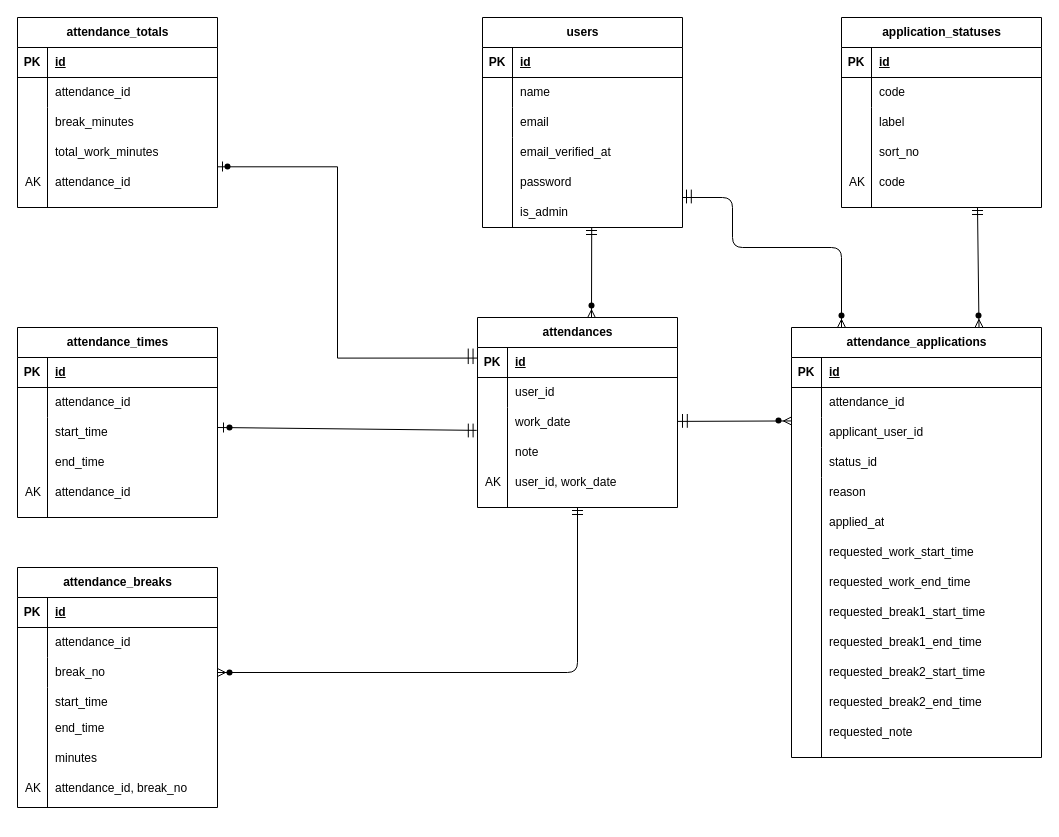
Above: src/index.drawio in simanuki0923/attendance_system (draw.io), before the change. Source tidied: cells renumbered, new cells numbered last; positions are measured from the earlier drawing's top-left corner, leaving out a move shared by most shapes. Both pictures are drawn from the tidied source at 100%, with x=0, y=0 at pixel (17, 17).
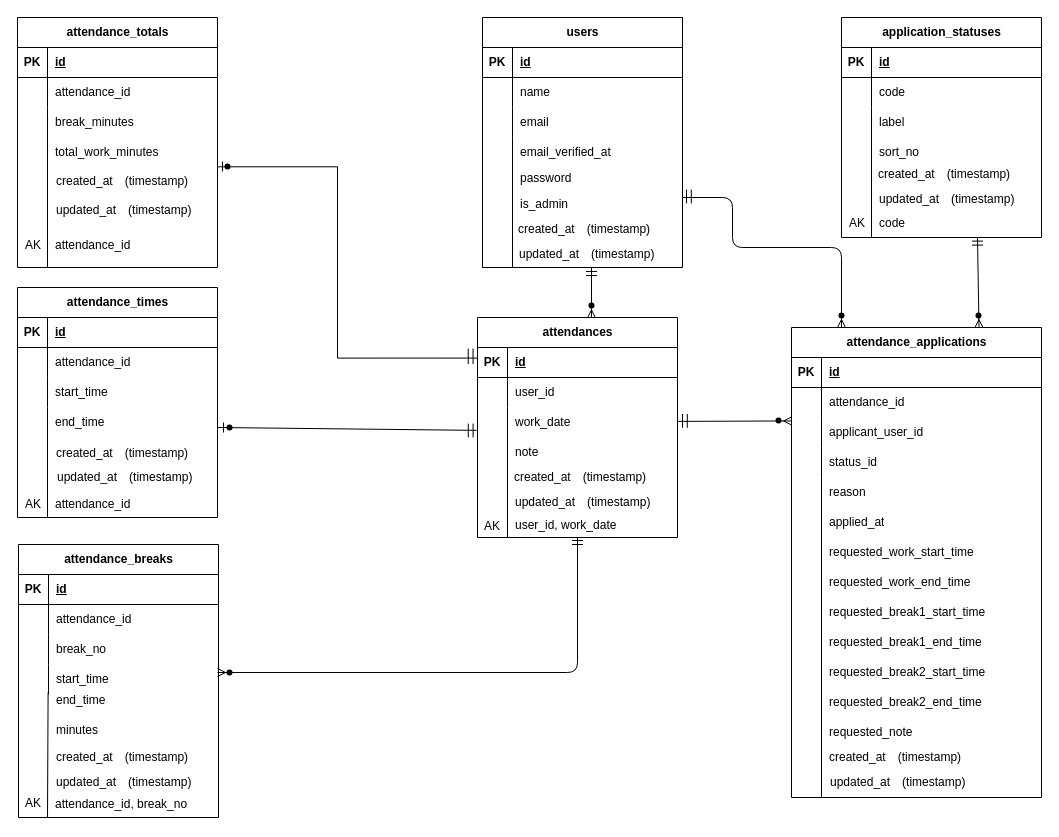
After the change.

Commit message:
2025/12/28 ER図テーブル内容（created_at、updated_at）追加記載

Change to the diagram source:
```diff
@@
     <mxCell id="2" value="users" style="shape=table;startSize=30;childLayout=tableLayout;rowLines=0;fontStyle=1;align=center;html=1;" parent="1" vertex="1">
-      <mxGeometry x="465" width="200" height="210" as="geometry" />
+      <mxGeometry x="465" width="200" height="250" as="geometry" />
     </mxCell>
@@
     <mxCell id="15" value="password" style="shape=partialRectangle;fillColor=none;top=0;left=0;bottom=0;right=0;align=left;spacingLeft=6;overflow=hidden;whiteSpace=wrap;html=1;" parent="1" vertex="1">
-      <mxGeometry x="495" y="150" width="170" height="30" as="geometry" />
+      <mxGeometry x="495" y="146" width="170" height="30" as="geometry" />
     </mxCell>
     <mxCell id="16" value="is_admin" style="shape=partialRectangle;fillColor=none;top=0;left=0;bottom=0;right=0;align=left;spacingLeft=6;overflow=hidden;whiteSpace=wrap;html=1;" parent="1" vertex="1">
-      <mxGeometry x="495" y="180" width="170" height="30" as="geometry" />
+      <mxGeometry x="495" y="172" width="170" height="30" as="geometry" />
     </mxCell>
     <mxCell id="17" value="attendance_times" style="shape=table;startSize=30;childLayout=tableLayout;rowLines=0;fontStyle=1;align=center;html=1;" parent="1" vertex="1">
-      <mxGeometry y="310" width="200" height="190" as="geometry" />
+      <mxGeometry y="270" width="200" height="230" as="geometry" />
     </mxCell>
@@
     <mxCell id="30" value="user_id, work_date" style="shape=partialRectangle;fillColor=none;top=0;left=0;bottom=0;right=0;align=left;spacingLeft=6;overflow=hidden;whiteSpace=wrap;html=1;" parent="1" vertex="1">
-      <mxGeometry x="490" y="450" width="170" height="30" as="geometry" />
+      <mxGeometry x="490" y="493" width="170" height="30" as="geometry" />
     </mxCell>
     <mxCell id="31" value="AK" style="shape=partialRectangle;fillColor=none;top=0;left=0;bottom=0;right=0;align=left;spacingLeft=6;overflow=hidden;whiteSpace=wrap;html=1;" parent="1" vertex="1">
-      <mxGeometry x="460" y="450" width="30" height="30" as="geometry" />
+      <mxGeometry x="459" y="494" width="30" height="30" as="geometry" />
     </mxCell>
     <mxCell id="32" value="attendances" style="shape=table;startSize=30;childLayout=tableLayout;rowLines=0;fontStyle=1;align=center;html=1;" parent="1" vertex="1">
-      <mxGeometry x="460" y="300" width="200" height="190" as="geometry" />
+      <mxGeometry x="460" y="300" width="200" height="220" as="geometry" />
     </mxCell>
@@
     <mxCell id="45" value="attendance_id" style="shape=partialRectangle;fillColor=none;top=0;left=0;bottom=0;right=0;align=left;spacingLeft=6;overflow=hidden;whiteSpace=wrap;html=1;" parent="1" vertex="1">
-      <mxGeometry x="30" y="460" width="170" height="30" as="geometry" />
+      <mxGeometry x="30" y="472" width="170" height="30" as="geometry" />
     </mxCell>
     <mxCell id="46" value="AK" style="shape=partialRectangle;fillColor=none;top=0;left=0;bottom=0;right=0;align=left;spacingLeft=6;overflow=hidden;whiteSpace=wrap;html=1;" parent="1" vertex="1">
-      <mxGeometry y="460" width="30" height="30" as="geometry" />
+      <mxGeometry y="472" width="30" height="30" as="geometry" />
     </mxCell>
     <mxCell id="47" value="attendance_totals" style="shape=table;startSize=30;childLayout=tableLayout;rowLines=0;fontStyle=1;align=center;html=1;" parent="1" vertex="1">
-      <mxGeometry width="200" height="190" as="geometry" />
+      <mxGeometry width="200" height="250" as="geometry" />
     </mxCell>
@@
     <mxCell id="60" value="AK" style="shape=partialRectangle;fillColor=none;top=0;left=0;bottom=0;right=0;align=left;spacingLeft=6;overflow=hidden;whiteSpace=wrap;html=1;" parent="1" vertex="1">
-      <mxGeometry y="150" width="30" height="30" as="geometry" />
+      <mxGeometry y="213" width="30" height="30" as="geometry" />
     </mxCell>
     <mxCell id="61" value="attendance_id" style="shape=partialRectangle;fillColor=none;top=0;left=0;bottom=0;right=0;align=left;spacingLeft=6;overflow=hidden;whiteSpace=wrap;html=1;" parent="1" vertex="1">
-      <mxGeometry x="30" y="150" width="170" height="30" as="geometry" />
+      <mxGeometry x="30" y="213" width="170" height="30" as="geometry" />
     </mxCell>
     <mxCell id="62" value="application_statuses" style="shape=table;startSize=30;childLayout=tableLayout;rowLines=0;fontStyle=1;align=center;html=1;" parent="1" vertex="1">
-      <mxGeometry x="824" width="200" height="190" as="geometry" />
+      <mxGeometry x="824" width="200" height="220" as="geometry" />
     </mxCell>
@@
     <mxCell id="75" value="AK" style="shape=partialRectangle;fillColor=none;top=0;left=0;bottom=0;right=0;align=left;spacingLeft=6;overflow=hidden;whiteSpace=wrap;html=1;" parent="1" vertex="1">
-      <mxGeometry x="824" y="150" width="30" height="30" as="geometry" />
+      <mxGeometry x="824" y="191" width="30" height="30" as="geometry" />
     </mxCell>
     <mxCell id="76" value="&lt;span style=&quot;color: rgb(0, 0, 0);&quot;&gt;code&lt;/span&gt;" style="shape=partialRectangle;fillColor=none;top=0;left=0;bottom=0;right=0;align=left;spacingLeft=6;overflow=hidden;whiteSpace=wrap;html=1;" parent="1" vertex="1">
-      <mxGeometry x="854" y="150" width="170" height="30" as="geometry" />
+      <mxGeometry x="854" y="191" width="170" height="30" as="geometry" />
     </mxCell>
     <mxCell id="77" value="attendance_applications" style="shape=table;startSize=30;childLayout=tableLayout;rowLines=0;fontStyle=1;align=center;html=1;" parent="1" vertex="1">
-      <mxGeometry x="774" y="310" width="250" height="430" as="geometry" />
+      <mxGeometry x="774" y="310" width="250" height="470" as="geometry" />
     </mxCell>
@@
     <mxCell id="99" value="attendance_breaks" style="shape=table;startSize=30;childLayout=tableLayout;rowLines=0;fontStyle=1;align=center;html=1;" parent="1" vertex="1">
-      <mxGeometry y="550" width="200" height="240" as="geometry" />
+      <mxGeometry x="1" y="527" width="200" height="273" as="geometry" />
     </mxCell>
@@
     <mxCell id="112" value="end_time" style="shape=partialRectangle;fillColor=none;top=0;left=0;bottom=0;right=0;align=left;spacingLeft=6;overflow=hidden;whiteSpace=wrap;html=1;" parent="1" vertex="1">
-      <mxGeometry x="30" y="696" width="170" height="30" as="geometry" />
+      <mxGeometry x="31" y="668" width="170" height="30" as="geometry" />
     </mxCell>
     <mxCell id="113" value="minutes" style="shape=partialRectangle;fillColor=none;top=0;left=0;bottom=0;right=0;align=left;spacingLeft=6;overflow=hidden;whiteSpace=wrap;html=1;" parent="1" vertex="1">
-      <mxGeometry x="30" y="726" width="170" height="30" as="geometry" />
+      <mxGeometry x="31" y="698" width="170" height="30" as="geometry" />
     </mxCell>
     <mxCell id="114" value="attendance_id, break_no" style="shape=partialRectangle;fillColor=none;top=0;left=0;bottom=0;right=0;align=left;spacingLeft=6;overflow=hidden;whiteSpace=wrap;html=1;" parent="1" vertex="1">
-      <mxGeometry x="30" y="756" width="170" height="30" as="geometry" />
+      <mxGeometry x="30" y="772" width="170" height="30" as="geometry" />
     </mxCell>
     <mxCell id="115" style="endArrow=none;html=1;rounded=0;" parent="1" edge="1">
       <mxGeometry relative="1" as="geometry">
         <mxPoint x="804" y="460" as="sourcePoint" />
-        <mxPoint x="804" y="740" as="targetPoint" />
+        <mxPoint x="804" y="780" as="targetPoint" />
       </mxGeometry>
     </mxCell>
     <mxCell id="116" style="endArrow=none;html=1;rounded=0;" parent="1" edge="1">
       <mxGeometry relative="1" as="geometry">
         <mxPoint x="30" y="104.5" as="sourcePoint" />
-        <mxPoint x="30" y="190" as="targetPoint" />
+        <mxPoint x="30" y="250" as="targetPoint" />
       </mxGeometry>
     </mxCell>
     <mxCell id="117" style="endArrow=none;html=1;rounded=0;" parent="1" edge="1">
       <mxGeometry relative="1" as="geometry">
         <mxPoint x="854" y="104.5" as="sourcePoint" />
-        <mxPoint x="854" y="190" as="targetPoint" />
+        <mxPoint x="854" y="220" as="targetPoint" />
       </mxGeometry>
     </mxCell>
     <mxCell id="118" style="endArrow=none;html=1;rounded=0;" parent="1" edge="1">
       <mxGeometry relative="1" as="geometry">
         <mxPoint x="490" y="404" as="sourcePoint" />
-        <mxPoint x="490" y="489.5" as="targetPoint" />
+        <mxPoint x="490" y="520" as="targetPoint" />
       </mxGeometry>
     </mxCell>
     <mxCell id="119" style="endArrow=none;html=1;rounded=0;" parent="1" edge="1">
       <mxGeometry relative="1" as="geometry">
         <mxPoint x="495" y="124.5" as="sourcePoint" />
-        <mxPoint x="495" y="210" as="targetPoint" />
+        <mxPoint x="495" y="250" as="targetPoint" />
       </mxGeometry>
     </mxCell>
-    <mxCell id="120" style="endArrow=none;html=1;rounded=0;" parent="1" edge="1">
+    <mxCell id="120" style="endArrow=none;html=1;rounded=0;exitX=0.148;exitY=0.935;exitDx=0;exitDy=0;exitPerimeter=0;" parent="1" edge="1">
       <mxGeometry relative="1" as="geometry">
-        <mxPoint x="30" y="698" as="sourcePoint" />
-        <mxPoint x="30" y="790" as="targetPoint" />
+        <mxPoint x="30.6" y="675" as="sourcePoint" />
+        <mxPoint x="30" y="800" as="targetPoint" />
       </mxGeometry>
     </mxCell>
@@
     <mxCell id="123" style="fontSize=12;html=1;endArrow=ERmany;entryX=0.75;entryY=0;entryDx=0;entryDy=0;" parent="1" edge="1" target="77">
       <mxGeometry relative="1" as="geometry">
-        <mxPoint x="960" y="190" as="sourcePoint" />
+        <mxPoint x="960" y="220" as="sourcePoint" />
       </mxGeometry>
     </mxCell>
     <mxCell id="124" style="fontSize=12;html=1;endArrow=ERmany;entryX=0.57;entryY=0.002;entryDx=0;entryDy=0;entryPerimeter=0;" parent="1" edge="1" target="32">
       <mxGeometry relative="1" as="geometry">
-        <mxPoint x="574.2" y="210" as="sourcePoint" />
+        <mxPoint x="574" y="250" as="sourcePoint" />
       </mxGeometry>
     </mxCell>
@@
-    <mxCell id="126" style="fontSize=12;html=1;endArrow=ERmany;edgeStyle=orthogonalEdgeStyle;exitX=0.5;exitY=1;exitDx=0;exitDy=0;" parent="1" edge="1" source="32">
+    <mxCell id="126" style="fontSize=12;html=1;endArrow=ERmany;edgeStyle=orthogonalEdgeStyle;" parent="1" edge="1">
       <mxGeometry relative="1" as="geometry">
+        <mxPoint x="560" y="520" as="sourcePoint" />
         <mxPoint x="200" y="655" as="targetPoint" />
         <Array as="points">
           <mxPoint x="560" y="655" />
         </Array>
       </mxGeometry>
     </mxCell>
@@
     <mxCell id="131" value="AK" style="shape=partialRectangle;fillColor=none;top=0;left=0;bottom=0;right=0;align=left;spacingLeft=6;overflow=hidden;whiteSpace=wrap;html=1;" parent="1" vertex="1">
-      <mxGeometry y="756" width="30" height="30" as="geometry" />
+      <mxGeometry y="771" width="30" height="30" as="geometry" />
     </mxCell>
     <mxCell id="132" style="shape=partialRectangle;whiteSpace=wrap;html=1;left=0;right=0;fillColor=none;" parent="1" vertex="1">
-      <mxGeometry x="555" y="493" width="10" height="4" as="geometry" />
+      <mxGeometry x="555" y="523" width="10" height="4" as="geometry" />
     </mxCell>
@@
     <mxCell id="138" style="shape=partialRectangle;whiteSpace=wrap;html=1;left=0;right=0;fillColor=none;" parent="1" vertex="1">
-      <mxGeometry x="569" y="213" width="10" height="4" as="geometry" />
+      <mxGeometry x="569" y="254" width="10" height="4" as="geometry" />
     </mxCell>
@@
     <mxCell id="144" style="shape=partialRectangle;whiteSpace=wrap;html=1;left=0;right=0;fillColor=none;" parent="1" vertex="1">
-      <mxGeometry x="955" y="193" width="10" height="4" as="geometry" />
+      <mxGeometry x="955" y="223.6" width="10" height="4" as="geometry" />
     </mxCell>
@@
+    <mxCell id="146" value="created_at　&lt;span style=&quot;color: rgb(0, 0, 0);&quot;&gt;(timestamp)&lt;/span&gt;" style="shape=partialRectangle;fillColor=none;top=0;left=0;bottom=0;right=0;align=left;spacingLeft=6;overflow=hidden;whiteSpace=wrap;html=1;" parent="1" vertex="1">
+      <mxGeometry x="31" y="149.4" width="170" height="30" as="geometry" />
+    </mxCell>
+    <mxCell id="147" value="updated_at　&lt;span style=&quot;color: rgb(0, 0, 0);&quot;&gt;(timestamp)&lt;/span&gt;" style="shape=partialRectangle;fillColor=none;top=0;left=0;bottom=0;right=0;align=left;spacingLeft=6;overflow=hidden;whiteSpace=wrap;html=1;" parent="1" vertex="1">
+      <mxGeometry x="31" y="178" width="170" height="30" as="geometry" />
+    </mxCell>
+    <mxCell id="148" value="created_at　&lt;span style=&quot;color: rgb(0, 0, 0);&quot;&gt;(timestamp)&lt;/span&gt;" style="shape=partialRectangle;fillColor=none;top=0;left=0;bottom=0;right=0;align=left;spacingLeft=6;overflow=hidden;whiteSpace=wrap;html=1;" parent="1" vertex="1">
+      <mxGeometry x="493" y="197" width="170" height="30" as="geometry" />
+    </mxCell>
+    <mxCell id="149" value="updated_at　&lt;span style=&quot;color: rgb(0, 0, 0);&quot;&gt;(timestamp)&lt;/span&gt;" style="shape=partialRectangle;fillColor=none;top=0;left=0;bottom=0;right=0;align=left;spacingLeft=6;overflow=hidden;whiteSpace=wrap;html=1;" parent="1" vertex="1">
+      <mxGeometry x="494" y="221.6" width="170" height="30" as="geometry" />
+    </mxCell>
+    <mxCell id="150" value="created_at　&lt;span style=&quot;color: rgb(0, 0, 0);&quot;&gt;(timestamp)&lt;/span&gt;" style="shape=partialRectangle;fillColor=none;top=0;left=0;bottom=0;right=0;align=left;spacingLeft=6;overflow=hidden;whiteSpace=wrap;html=1;" parent="1" vertex="1">
+      <mxGeometry x="853" y="142" width="170" height="30" as="geometry" />
+    </mxCell>
+    <mxCell id="151" value="updated_at　&lt;span style=&quot;color: rgb(0, 0, 0);&quot;&gt;(timestamp)&lt;/span&gt;" style="shape=partialRectangle;fillColor=none;top=0;left=0;bottom=0;right=0;align=left;spacingLeft=6;overflow=hidden;whiteSpace=wrap;html=1;" parent="1" vertex="1">
+      <mxGeometry x="854" y="166.6" width="170" height="30" as="geometry" />
+    </mxCell>
+    <mxCell id="152" value="created_at　(timestamp)" style="shape=partialRectangle;fillColor=none;top=0;left=0;bottom=0;right=0;align=left;spacingLeft=6;overflow=hidden;whiteSpace=wrap;html=1;" parent="1" vertex="1">
+      <mxGeometry x="804" y="725.4" width="170" height="30" as="geometry" />
+    </mxCell>
+    <mxCell id="153" value="updated_at　&lt;span style=&quot;color: rgb(0, 0, 0);&quot;&gt;(timestamp)&lt;/span&gt;" style="shape=partialRectangle;fillColor=none;top=0;left=0;bottom=0;right=0;align=left;spacingLeft=6;overflow=hidden;whiteSpace=wrap;html=1;" parent="1" vertex="1">
+      <mxGeometry x="805" y="750" width="170" height="30" as="geometry" />
+    </mxCell>
+    <mxCell id="154" value="updated_at　&lt;span style=&quot;color: rgb(0, 0, 0);&quot;&gt;(timestamp)&lt;/span&gt;" style="shape=partialRectangle;fillColor=none;top=0;left=0;bottom=0;right=0;align=left;spacingLeft=6;overflow=hidden;whiteSpace=wrap;html=1;" parent="1" vertex="1">
+      <mxGeometry x="31" y="750" width="170" height="30" as="geometry" />
+    </mxCell>
+    <mxCell id="155" value="created_at　&lt;span style=&quot;color: rgb(0, 0, 0);&quot;&gt;(timestamp)&lt;/span&gt;" style="shape=partialRectangle;fillColor=none;top=0;left=0;bottom=0;right=0;align=left;spacingLeft=6;overflow=hidden;whiteSpace=wrap;html=1;" parent="1" vertex="1">
+      <mxGeometry x="31" y="725.4" width="170" height="30" as="geometry" />
+    </mxCell>
+    <mxCell id="156" value="updated_at　&lt;span style=&quot;color: rgb(0, 0, 0);&quot;&gt;(timestamp)&lt;/span&gt;" style="shape=partialRectangle;fillColor=none;top=0;left=0;bottom=0;right=0;align=left;spacingLeft=6;overflow=hidden;whiteSpace=wrap;html=1;" parent="1" vertex="1">
+      <mxGeometry x="490" y="470" width="170" height="30" as="geometry" />
+    </mxCell>
+    <mxCell id="157" value="created_at　&lt;span style=&quot;color: rgb(0, 0, 0);&quot;&gt;(timestamp)&lt;/span&gt;" style="shape=partialRectangle;fillColor=none;top=0;left=0;bottom=0;right=0;align=left;spacingLeft=6;overflow=hidden;whiteSpace=wrap;html=1;" parent="1" vertex="1">
+      <mxGeometry x="489" y="445.4" width="170" height="30" as="geometry" />
+    </mxCell>
+    <mxCell id="158" value="created_at　&lt;span style=&quot;color: rgb(0, 0, 0);&quot;&gt;(timestamp)&lt;/span&gt;" style="shape=partialRectangle;fillColor=none;top=0;left=0;bottom=0;right=0;align=left;spacingLeft=6;overflow=hidden;whiteSpace=wrap;html=1;" parent="1" vertex="1">
+      <mxGeometry x="31" y="420.8" width="170" height="30" as="geometry" />
+    </mxCell>
+    <mxCell id="159" value="updated_at　&lt;span style=&quot;color: rgb(0, 0, 0);&quot;&gt;(timestamp)&lt;/span&gt;" style="shape=partialRectangle;fillColor=none;top=0;left=0;bottom=0;right=0;align=left;spacingLeft=6;overflow=hidden;whiteSpace=wrap;html=1;" parent="1" vertex="1">
+      <mxGeometry x="32" y="445.4" width="170" height="30" as="geometry" />
+    </mxCell>
```
